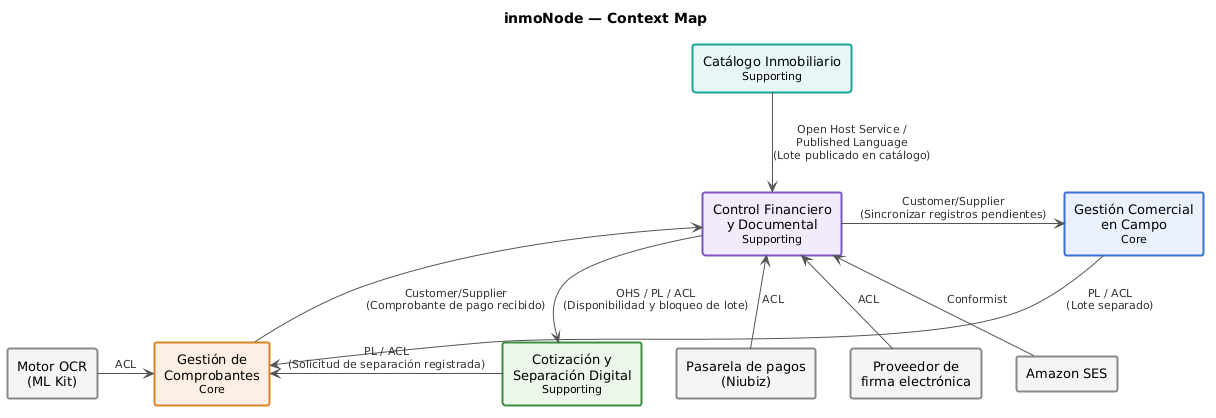
This is assets/cap2/Context-Map.png from 1ACC0238-2620-13981-NovaCorp-InmoNode/InmoNode-Project-Report, a PlantUML export, as it was before one commit.
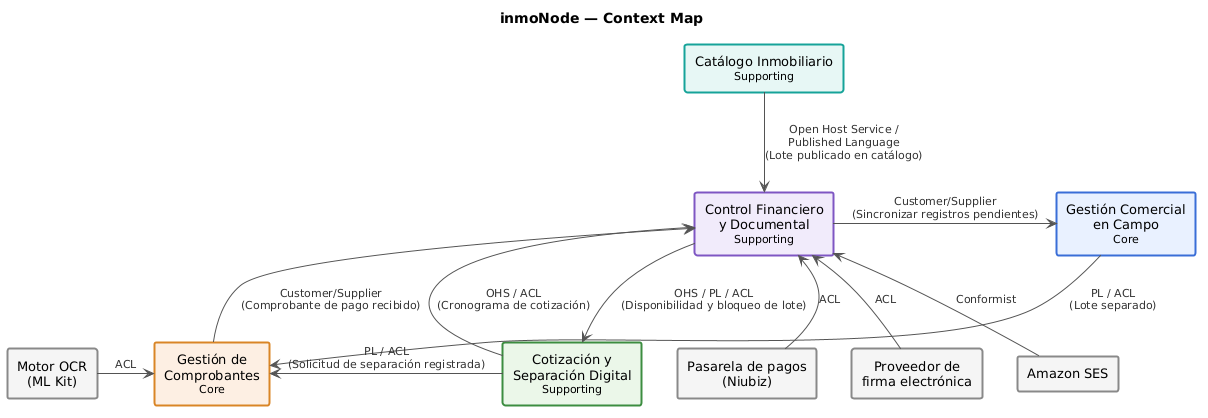
The same diagram one commit later.

Commit message:
fix(chapter-02): propagate prospectId/quotationId for buyer resolution and financing plan retrieval

What changed in the source:
```diff
@@ -28,6 +28,7 @@
 CAT -down-> CFD : "Open Host Service /\nPublished Language\n(Lote publicado en catálogo)"
 CFD -right-> GCC : "Customer/Supplier\n(Sincronizar registros pendientes)"
 CFD -down-> CSD : "OHS / PL / ACL\n(Disponibilidad y bloqueo de lote)"
+CSD -up-> CFD : "OHS / ACL\n(Cronograma de cotización)"
 GCC -down-> GC : "PL / ACL\n(Lote separado)"
 CSD -left-> GC : "PL / ACL\n(Solicitud de separación registrada)"
 GC -up-> CFD : "Customer/Supplier\n(Comprobante de pago recibido)"
```
